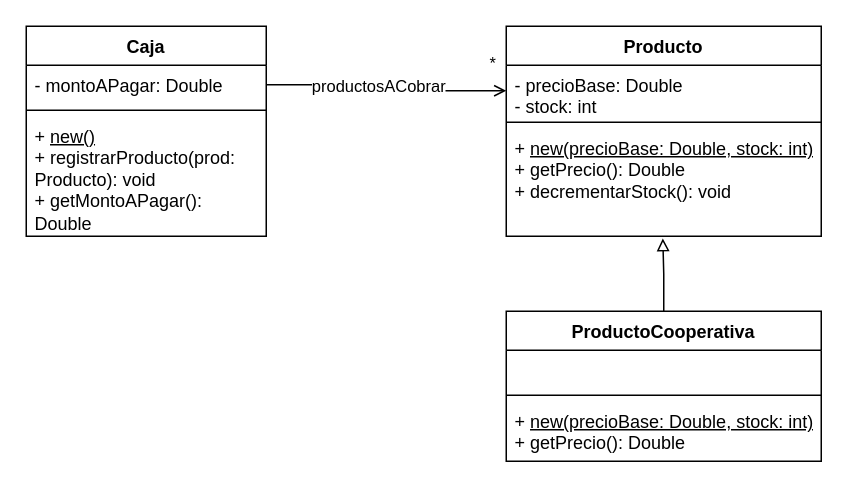
Earlier version of the draw.io diagram src/ar/edu/unq/po2/tp5/ej2/UML.drawio (leandro-laiso/unqui-po2-laiso). Source tidied: cells renumbered, new cells numbered last; positions are measured from the earlier drawing's top-left corner, leaving out a move shared by most shapes. Both pictures are drawn from the tidied source at 150%, with x=0, y=0 at pixel (26, 26).
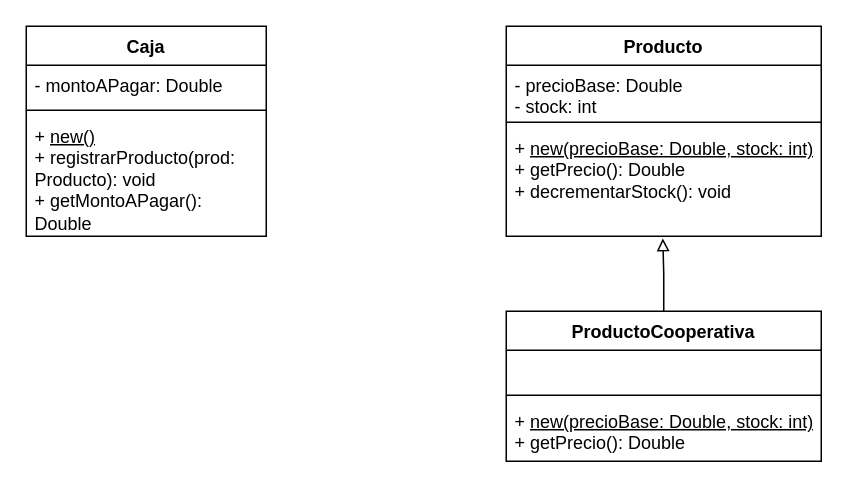
After the change.

Unchanged cells that the change refers to:
```xml
<mxCell id="3" value="- montoAPagar: Double" style="text;strokeColor=none;fillColor=none;align=left;verticalAlign=top;spacingLeft=4;spacingRight=4;overflow=hidden;points=[[0,0.5],[1,0.5]];portConstraint=eastwest;whiteSpace=wrap;html=1;" parent="2" vertex="1">
  <mxGeometry y="26" width="160" height="26" as="geometry" />
</mxCell>
<mxCell id="7" value="- precioBase: Double&lt;div&gt;- stock: int&lt;/div&gt;" style="text;strokeColor=none;fillColor=none;align=left;verticalAlign=top;spacingLeft=4;spacingRight=4;overflow=hidden;points=[[0,0.5],[1,0.5]];portConstraint=eastwest;whiteSpace=wrap;html=1;" parent="6" vertex="1">
  <mxGeometry y="26" width="210" height="34" as="geometry" />
</mxCell>
```

The edit, as a diff of the source:
```diff
@@
-    <mxCell id="15" style="edgeStyle=orthogonalEdgeStyle;rounded=0;jettySize=auto;html=1;entryX=0;entryY=0.5;entryDx=0;entryDy=0;endArrow=open;endFill=0;" parent="1" edge="1" source="3" target="7">
-      <mxGeometry relative="1" as="geometry" />
-    </mxCell>
-    <mxCell id="16" value="productosACobrar" style="edgeLabel;html=1;align=center;verticalAlign=middle;" parent="15" vertex="1">
-      <mxGeometry x="-0.35" relative="1" as="geometry">
-        <mxPoint x="21" as="offset" />
-      </mxGeometry>
-    </mxCell>
-    <mxCell id="17" value="*" style="edgeLabel;html=1;align=center;verticalAlign=middle;" parent="15" vertex="1">
-      <mxGeometry x="0.88" y="3" relative="1" as="geometry">
-        <mxPoint y="-16" as="offset" />
-      </mxGeometry>
-    </mxCell>
```
